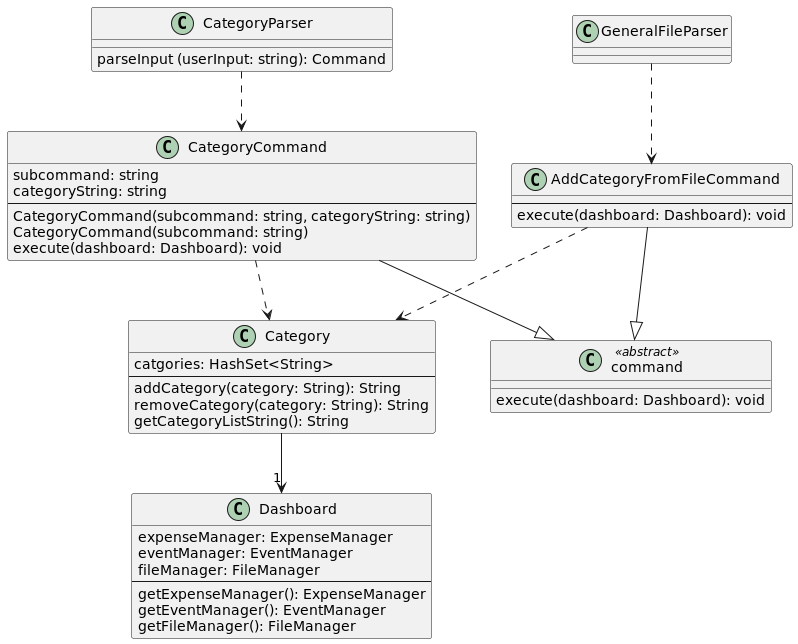
Above: docs/images/category_class.png in JianJiaT/tp (PlantUML), before the change. Its source is kept beside it as docs/team/UML_Files/Category_class.puml.
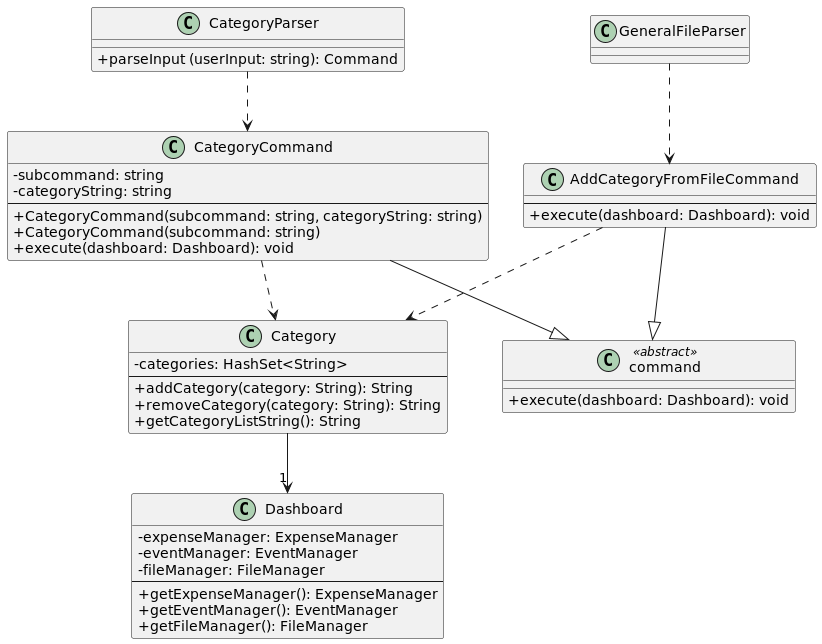
Above is the later version.

Commit message:
Modify DG Category UML, Category Changed access modifiers of class variables in category

What changed in the source:
```diff
@@ -1,38 +1,39 @@
 @startuml
+skinparam classAttributeIconSize 0
 class Dashboard {
-    expenseManager: ExpenseManager
-    eventManager: EventManager
-    fileManager: FileManager
+    - expenseManager: ExpenseManager
+    - eventManager: EventManager
+    - fileManager: FileManager
     --
-    getExpenseManager(): ExpenseManager
-    getEventManager(): EventManager
-    getFileManager(): FileManager
+    + getExpenseManager(): ExpenseManager
+    + getEventManager(): EventManager
+    + getFileManager(): FileManager
 }
 class command <<abstract>> {
-    execute(dashboard: Dashboard): void
+    + execute(dashboard: Dashboard): void
 }
 class CategoryCommand {
-    subcommand: string
-    categoryString: string
+    - subcommand: string
+    - categoryString: string
     --
-    CategoryCommand(subcommand: string, categoryString: string)
-    CategoryCommand(subcommand: string)
-    execute(dashboard: Dashboard): void
+    + CategoryCommand(subcommand: string, categoryString: string)
+    + CategoryCommand(subcommand: string)
+    + execute(dashboard: Dashboard): void
    }
 class AddCategoryFromFileCommand {
     --
-    execute(dashboard: Dashboard): void
+    + execute(dashboard: Dashboard): void
 }
 class CategoryParser {
-    parseInput (userInput: string): Command
+    + parseInput (userInput: string): Command
 }
 class GeneralFileParser
 class Category {
-     catgories: HashSet<String>
+     - categories: HashSet<String>
      --
-     addCategory(category: String): String
-     removeCategory(category: String): String
-     getCategoryListString(): String
+     + addCategory(category: String): String
+     + removeCategory(category: String): String
+     + getCategoryListString(): String
 }
 AddCategoryFromFileCommand --|> command
 CategoryCommand --|> command
```
